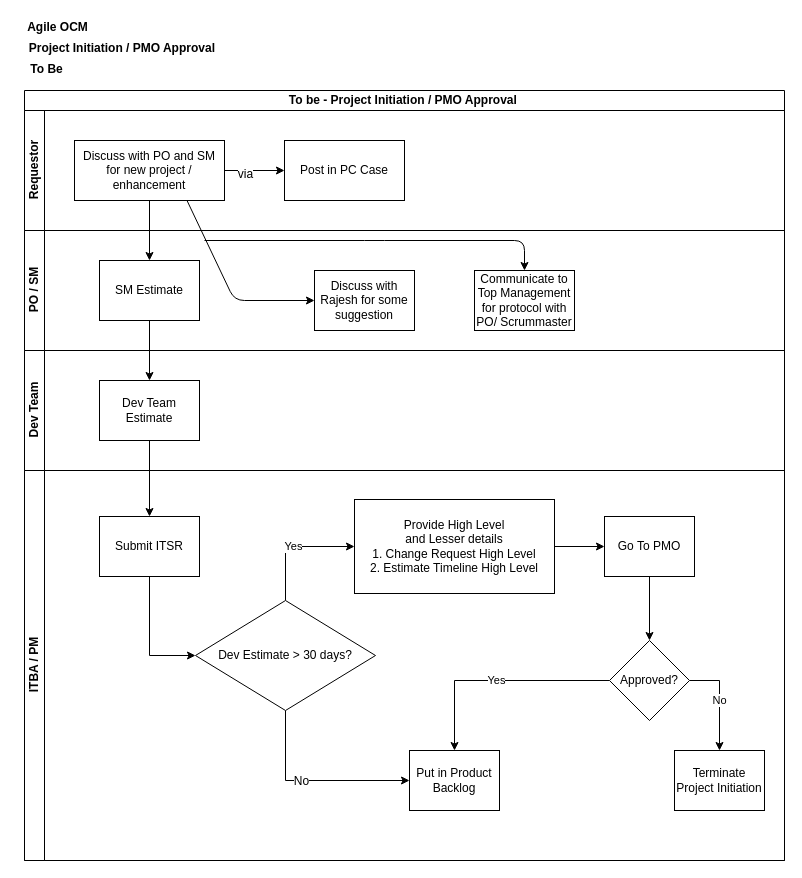
Before: page "Page-2" (2 of 3) of Untitled Diagram.drawio in pspluse007/ITBADOC, a draw.io diagram. Source tidied: cells renumbered, new cells numbered last; positions are measured from the earlier drawing's top-left corner, leaving out a move shared by most shapes. Both pictures are drawn from the tidied source at 100%, with x=0, y=0 at pixel (17, 17).
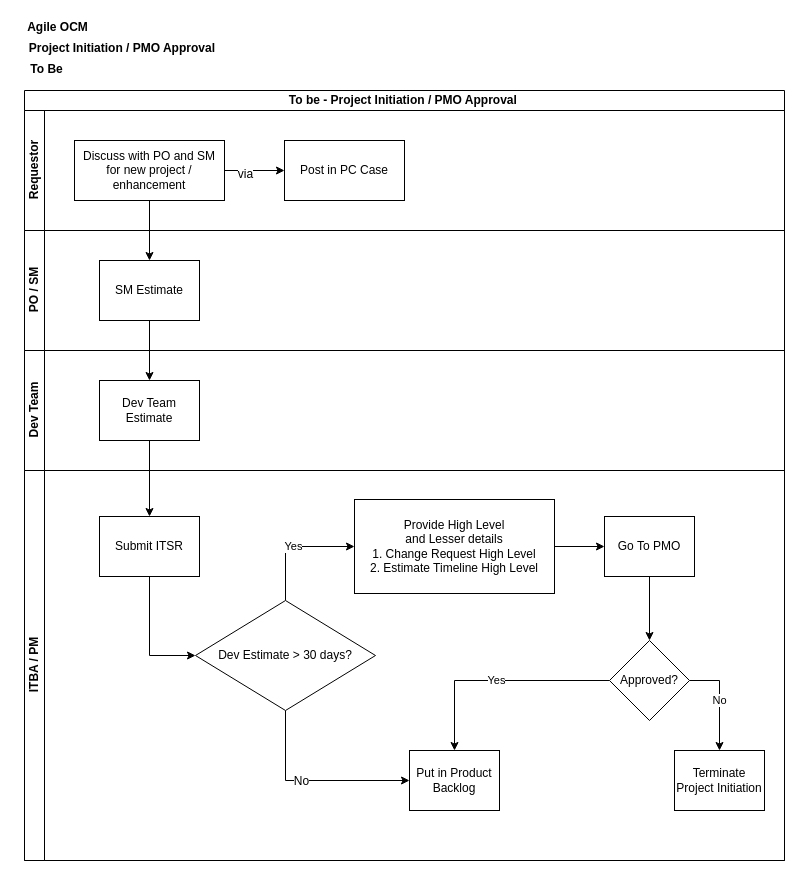
After the change.

The change refers to these unchanged cells:
```xml
<mxCell id="2" value="To be - Project Initiation / PMO Approval&amp;nbsp;" style="swimlane;html=1;horizontal=1;startSize=20;" parent="1" vertex="1">
  <mxGeometry x="7" y="73" width="760" height="770" as="geometry" />
</mxCell>
<mxCell id="6" value="Discuss with PO and SM for new project / enhancement" style="rounded=0;whiteSpace=wrap;html=1;" parent="3" vertex="1">
  <mxGeometry x="50" y="30" width="150" height="60" as="geometry" />
</mxCell>
<mxCell id="8" value="PO / SM" style="swimlane;html=1;startSize=20;horizontal=0;" parent="2" vertex="1">
  <mxGeometry y="140" width="760" height="120" as="geometry" />
</mxCell>
```

Change to the diagram source:
```diff
@@
-    <mxCell id="10" value="Communicate to Top Management for protocol with PO/ Scrummaster" style="rounded=0;whiteSpace=wrap;html=1;" parent="8" vertex="1">
-      <mxGeometry x="450" y="40" width="100" height="60" as="geometry" />
-    </mxCell>
-    <mxCell id="11" value="Discuss with Rajesh for some suggestion" style="rounded=0;whiteSpace=wrap;html=1;" parent="8" vertex="1">
-      <mxGeometry x="290" y="40" width="100" height="60" as="geometry" />
-    </mxCell>
@@
-    <mxCell id="33" style="endArrow=classic;html=1;entryX=0;entryY=0.5;entryDx=0;entryDy=0;exitX=0.75;exitY=1;exitDx=0;exitDy=0;" parent="2" edge="1" source="6" target="11">
-      <mxGeometry relative="1" as="geometry">
-        <Array as="points">
-          <mxPoint x="210" y="210" />
-        </Array>
-      </mxGeometry>
-    </mxCell>
@@
-    <mxCell id="37" style="endArrow=classic;html=1;entryX=0.5;entryY=0;entryDx=0;entryDy=0;" parent="1" edge="1" target="10">
-      <mxGeometry relative="1" as="geometry">
-        <mxPoint x="187" y="223" as="sourcePoint" />
-        <Array as="points">
-          <mxPoint x="357" y="223" />
-          <mxPoint x="507" y="223" />
-        </Array>
-      </mxGeometry>
-    </mxCell>
```
